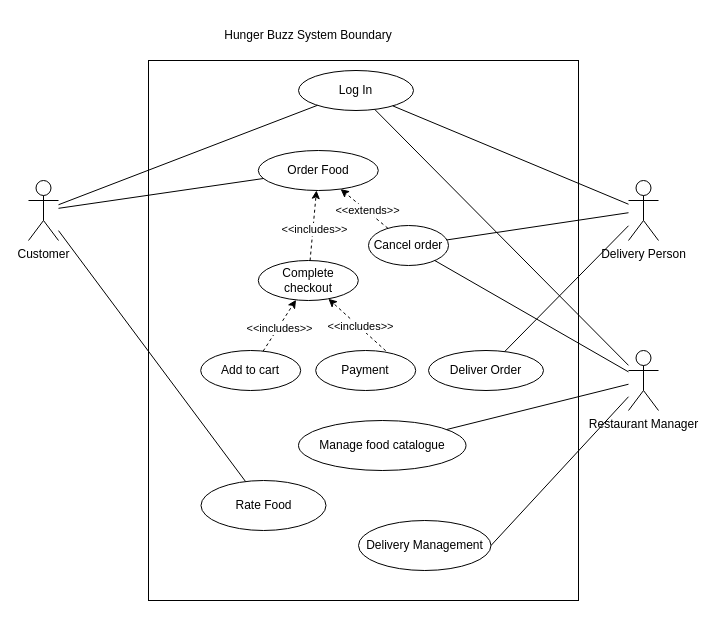
Before: diagrams/Use Case/Use Case UML.drawio in callofthewild/hunger-buzz, a draw.io diagram. Source tidied: cells renumbered, new cells numbered last; positions are measured from the earlier drawing's top-left corner, leaving out a move shared by most shapes. Both pictures are drawn from the tidied source at 100%, with x=0, y=0 at pixel (28, 20).
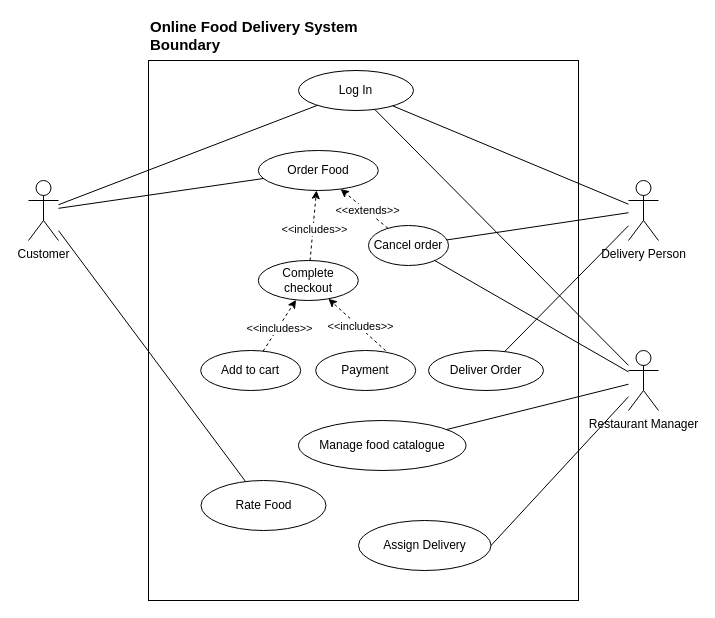
The same page after the edit.

Commit message:
Update Use Case UML - Rename (temp)

Diff of the diagram source:
```diff
@@
-    <mxCell id="3" value="Hunger Buzz System Boundary" style="text;html=1;strokeColor=none;fillColor=none;align=center;verticalAlign=middle;whiteSpace=wrap;rounded=0;" parent="1" vertex="1">
-      <mxGeometry x="140" width="280" height="30" as="geometry" />
+    <mxCell id="3" value="Online Food Delivery System Boundary" style="text;html=1;strokeColor=none;fillColor=none;align=left;verticalAlign=middle;whiteSpace=wrap;rounded=0;fontStyle=1;fontSize=15;" parent="1" vertex="1">
+      <mxGeometry x="120" width="280" height="30" as="geometry" />
     </mxCell>
@@
-    <mxCell id="28" value="Delivery Management" style="ellipse;whiteSpace=wrap;html=1;" parent="1" vertex="1">
+    <mxCell id="28" value="Assign Delivery" style="ellipse;whiteSpace=wrap;html=1;" parent="1" vertex="1">
       <mxGeometry x="330" y="500" width="132.5" height="50" as="geometry" />
     </mxCell>
```
